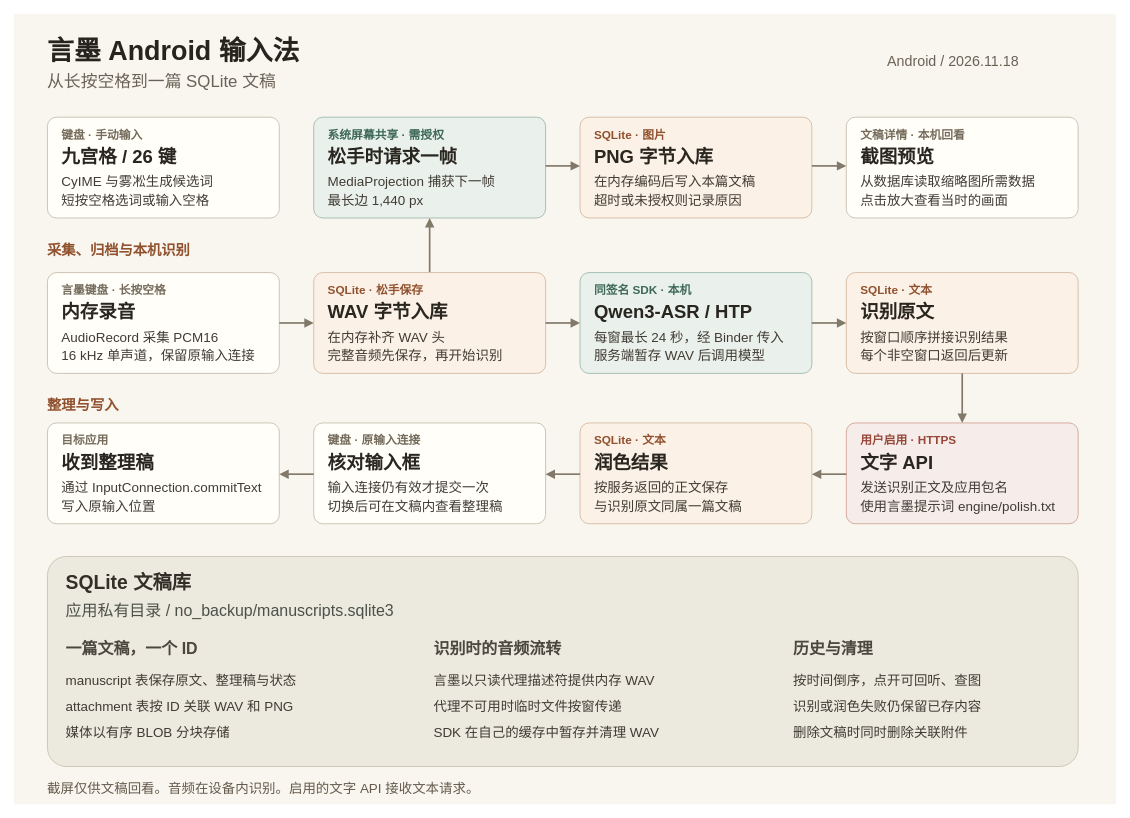
The draw.io diagram docs/architecture/android-ime-media.drawio in Happenmass/Yanmo, before the edit. Source tidied: cells renumbered, new cells numbered last; positions are measured from the earlier drawing's top-left corner, leaving out a move shared by most shapes. Both pictures are drawn from the tidied source at 84%, with x=0, y=0 at pixel (13, 13).
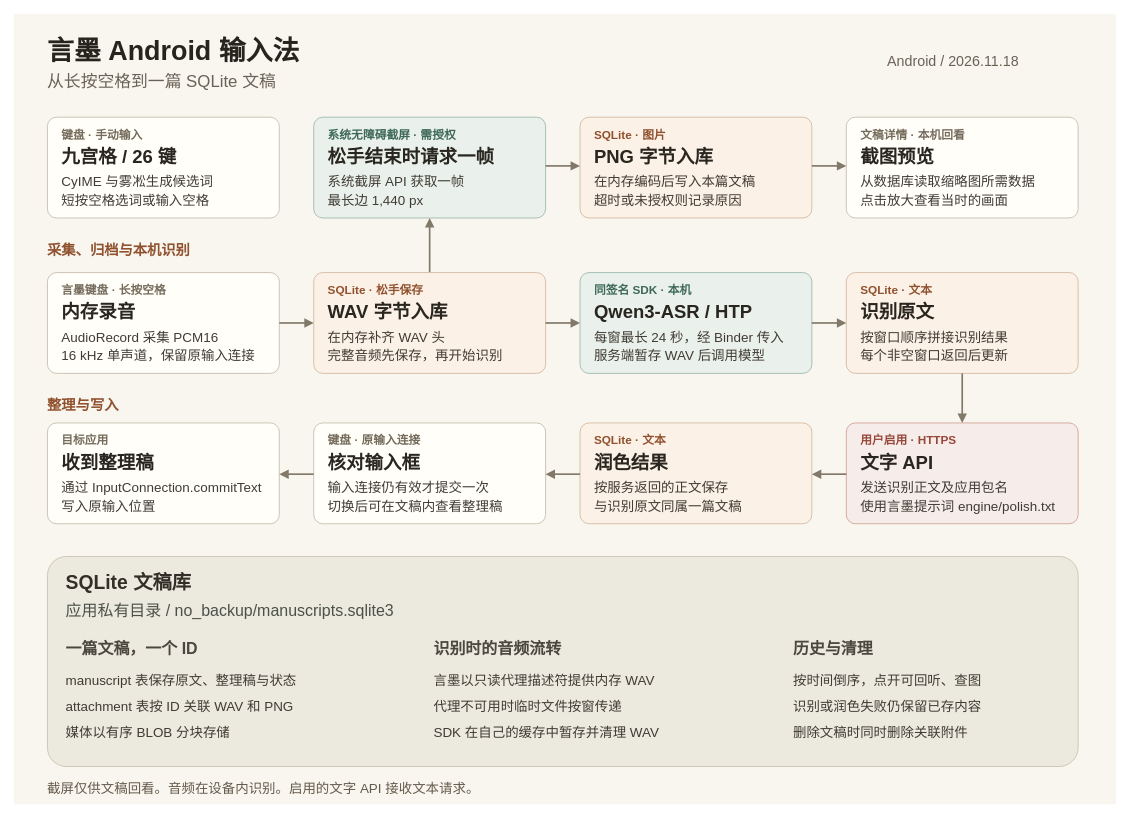
The same diagram, later.

The edit, as a diff of the source:
```diff
@@
-    <mxCell id="12" value="系统屏幕共享 · 需授权" style="text;html=0;strokeColor=none;fillColor=none;align=left;verticalAlign=middle;spacing=0;fontSize=14;fontFamily=PingFang SC;fontStyle=1;fontColor=#3e6858;" parent="1" vertex="1">
+    <mxCell id="12" value="系统无障碍截屏 · 需授权" style="text;html=0;strokeColor=none;fillColor=none;align=left;verticalAlign=middle;spacing=0;fontSize=14;fontFamily=PingFang SC;fontStyle=1;fontColor=#3e6858;" parent="1" vertex="1">
       <mxGeometry x="374" y="132" width="190" height="22" as="geometry" />
     </mxCell>
-    <mxCell id="13" value="松手时请求一帧" style="text;html=0;strokeColor=none;fillColor=none;align=left;verticalAlign=middle;spacing=0;fontSize=22;fontFamily=PingFang SC;fontStyle=1;fontColor=#29251f;" parent="1" vertex="1">
+    <mxCell id="13" value="松手结束时请求一帧" style="text;html=0;strokeColor=none;fillColor=none;align=left;verticalAlign=middle;spacing=0;fontSize=22;fontFamily=PingFang SC;fontStyle=1;fontColor=#29251f;" parent="1" vertex="1">
       <mxGeometry x="374" y="153" width="190" height="30" as="geometry" />
     </mxCell>
-    <mxCell id="14" value="MediaProjection 捕获下一帧" style="text;html=0;strokeColor=none;fillColor=none;align=left;verticalAlign=middle;spacing=0;fontSize=16;fontFamily=PingFang SC;fontStyle=0;fontColor=#403b33;" parent="1" vertex="1">
+    <mxCell id="14" value="系统截屏 API 获取一帧" style="text;html=0;strokeColor=none;fillColor=none;align=left;verticalAlign=middle;spacing=0;fontSize=16;fontFamily=PingFang SC;fontStyle=0;fontColor=#403b33;" parent="1" vertex="1">
       <mxGeometry x="374" y="187" width="336" height="24" as="geometry" />
     </mxCell>
```
